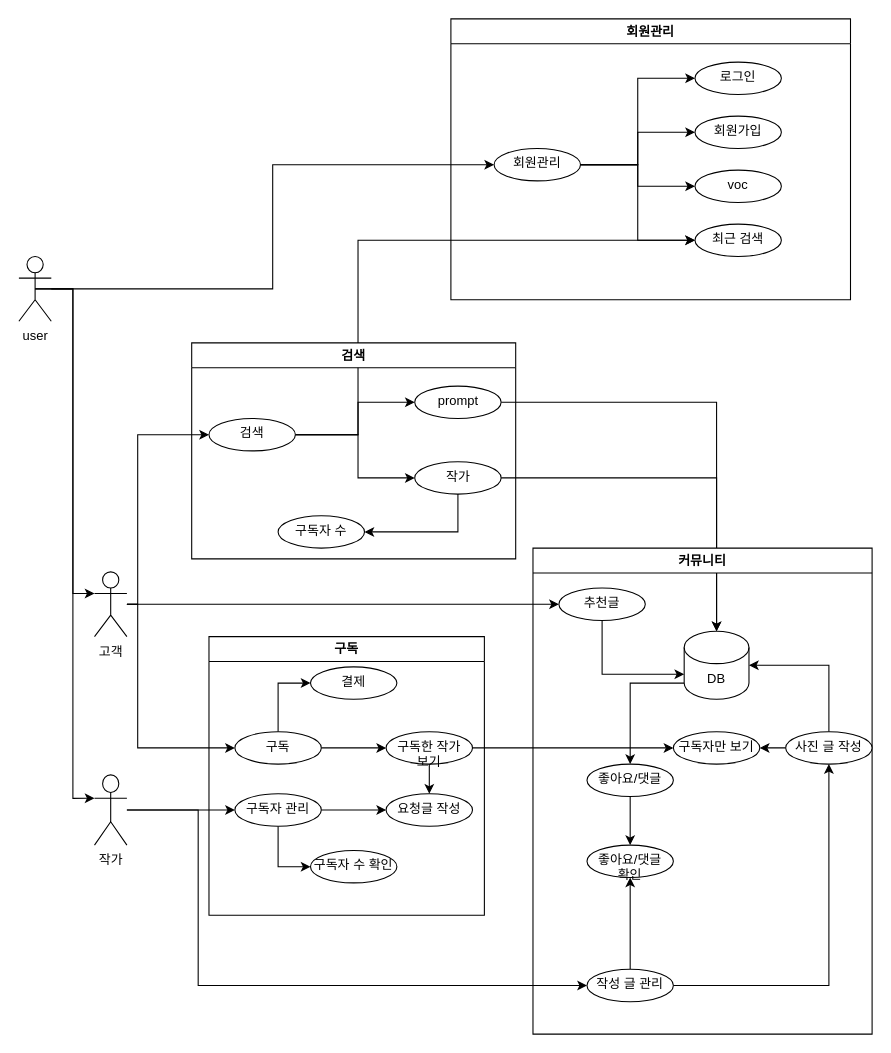
Before: usere case.drawio in dnjsrl132/barogrim, a draw.io diagram. Source tidied: cells renumbered, new cells numbered last; positions are measured from the earlier drawing's top-left corner, leaving out a move shared by most shapes. Both pictures are drawn from the tidied source at 108%, with x=0, y=0 at pixel (18, 18).
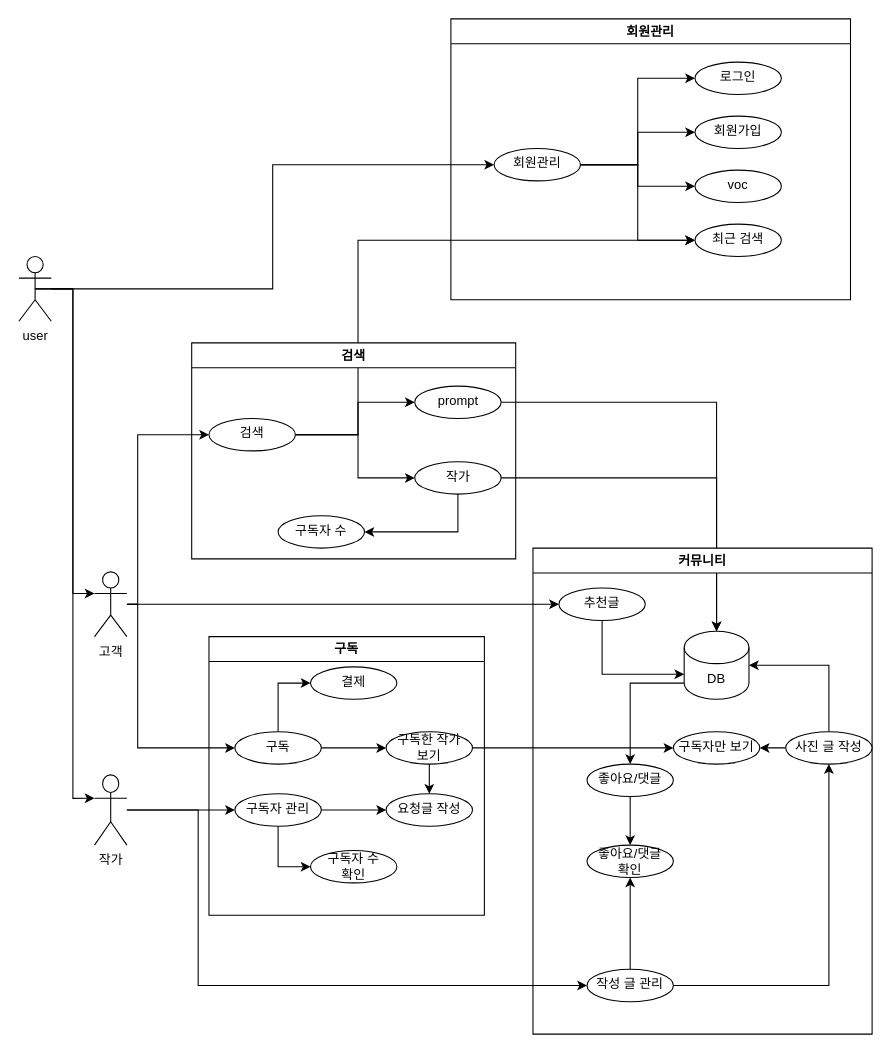
Above is the later version.

Unchanged cells that the change refers to:
```xml
<mxCell id="46" value="구독" style="swimlane;whiteSpace=wrap;html=1;" parent="1" vertex="1">
  <mxGeometry x="176" y="572" width="255" height="258" as="geometry" />
</mxCell>
```

What changed in the source:
```diff
@@
-    <mxCell id="35" value="구독한 작가 &lt;br&gt;보기" style="ellipse;whiteSpace=wrap;html=1;verticalAlign=top;" parent="1" vertex="1">
+    <mxCell id="35" value="구독한 작가 &lt;br&gt;보기" style="ellipse;whiteSpace=wrap;html=1;verticalAlign=middle;" parent="1" vertex="1">
       <mxGeometry x="340" y="660" width="80" height="30" as="geometry" />
     </mxCell>
@@
-    <mxCell id="37" value="좋아요/댓글&lt;br&gt;확인" style="ellipse;whiteSpace=wrap;html=1;verticalAlign=top;" parent="1" vertex="1">
+    <mxCell id="37" value="좋아요/댓글&lt;br&gt;확인" style="ellipse;whiteSpace=wrap;html=1;verticalAlign=middle;" parent="1" vertex="1">
       <mxGeometry x="526" y="765" width="80" height="30" as="geometry" />
     </mxCell>
@@
-    <mxCell id="47" value="구독자 수 확인" style="ellipse;whiteSpace=wrap;html=1;verticalAlign=top;" parent="46" vertex="1">
+    <mxCell id="47" value="&lt;font style=&quot;font-size: 12px;&quot;&gt;구독자 수 &lt;br&gt;확인&lt;/font&gt;" style="ellipse;whiteSpace=wrap;html=1;verticalAlign=middle;" parent="46" vertex="1">
       <mxGeometry x="94" y="198" width="80" height="30" as="geometry" />
     </mxCell>
```
